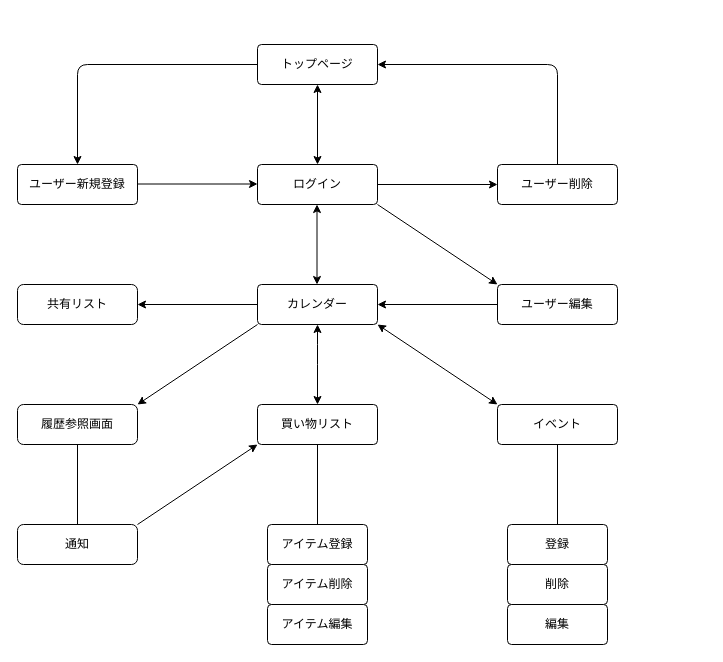
Above: 画面遷移図.dio in wassyprince/shopping_days (draw.io), before the change. Source tidied: cells renumbered, new cells numbered last; positions are measured from the earlier drawing's top-left corner, leaving out a move shared by most shapes. Both pictures are drawn from the tidied source at 100%, with x=0, y=0 at pixel (17, 44).
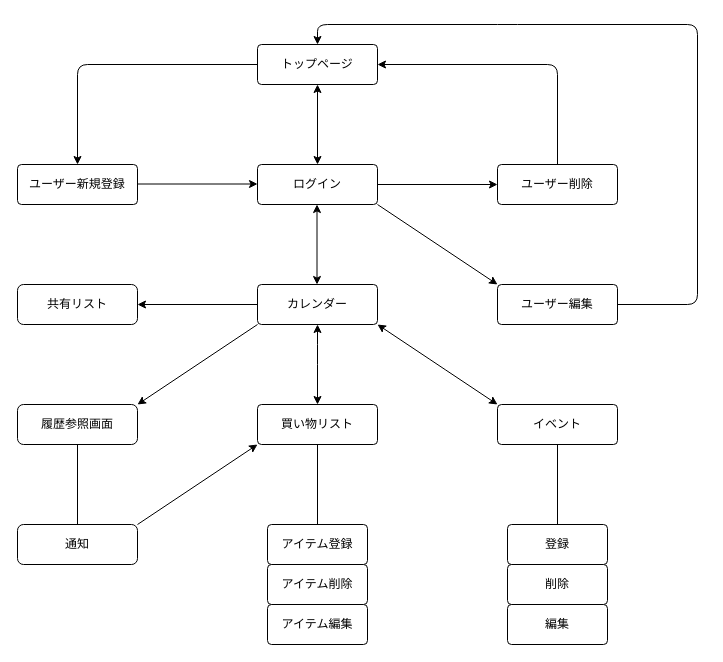
Above is the later version.

Unchanged cells that the change refers to:
```xml
<mxCell id="7" value="カレンダー" style="rounded=1;arcSize=10;whiteSpace=wrap;html=1;align=center;" parent="1" vertex="1">
  <mxGeometry x="240" y="240" width="120" height="40" as="geometry" />
</mxCell>
<mxCell id="8" value="ユーザー編集" style="rounded=1;arcSize=10;whiteSpace=wrap;html=1;align=center;" parent="1" vertex="1">
  <mxGeometry x="480" y="240" width="120" height="40" as="geometry" />
</mxCell>
<mxCell id="11" value="トップページ" style="rounded=1;arcSize=10;whiteSpace=wrap;html=1;align=center;" parent="1" vertex="1">
  <mxGeometry x="240" width="120" height="40" as="geometry" />
</mxCell>
```

The edit, as a diff of the source:
```diff
@@
-    <mxCell id="30" style="endArrow=classic;html=1;entryX=1;entryY=0.5;entryDx=0;entryDy=0;exitX=0;exitY=0.5;exitDx=0;exitDy=0;" parent="1" edge="1" source="8" target="7">
-      <mxGeometry relative="1" as="geometry" />
+    <mxCell id="30" style="endArrow=classic;html=1;exitX=1;exitY=0.5;exitDx=0;exitDy=0;entryX=0.5;entryY=0;entryDx=0;entryDy=0;" parent="1" edge="1" source="8" target="11">
+      <mxGeometry relative="1" as="geometry">
+        <Array as="points">
+          <mxPoint x="680" y="260" />
+          <mxPoint x="680" y="-20" />
+          <mxPoint x="490" y="-20" />
+          <mxPoint x="300" y="-20" />
+        </Array>
+      </mxGeometry>
     </mxCell>
```
